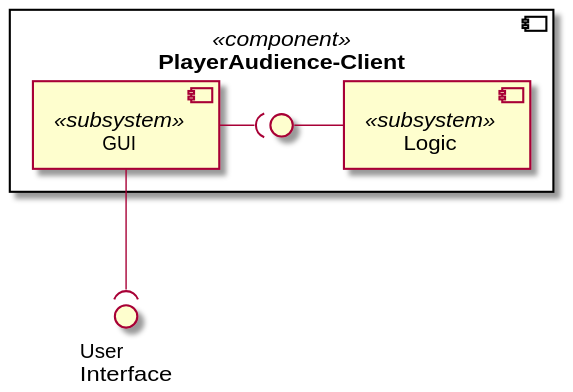
Above: Docs/Technical Specifications/docs/diagrams/ComponentDiagrams/PlayerAudienceClientComponentDiagram.svg in Brotenko/QualityQuest (PlantUML), before the change.
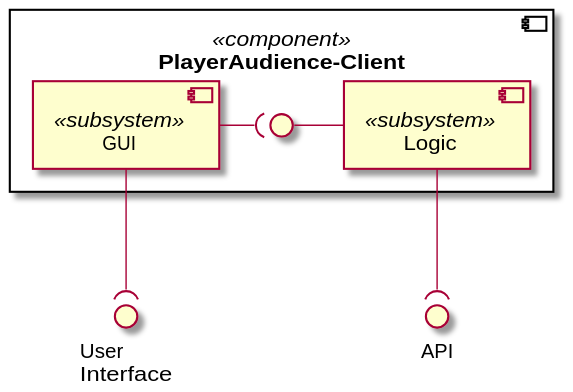
After the commit.

Commit message:
added more detailed descriptions to component diagrams and removed inconsistences

What changed in the source:
```diff
@@ -1,5 +1,6 @@
 @startuml
 () "User\nInterface" as ui
+() "API" as api
 
 component "PlayerAudience-Client" <<component>> as ac{
     [GUI] <<subsystem>>
@@ -10,4 +11,5 @@
 ui )-up- GUI
 empty - Logic
 GUI -( empty
+Logic -down-( api
 @enduml
```
